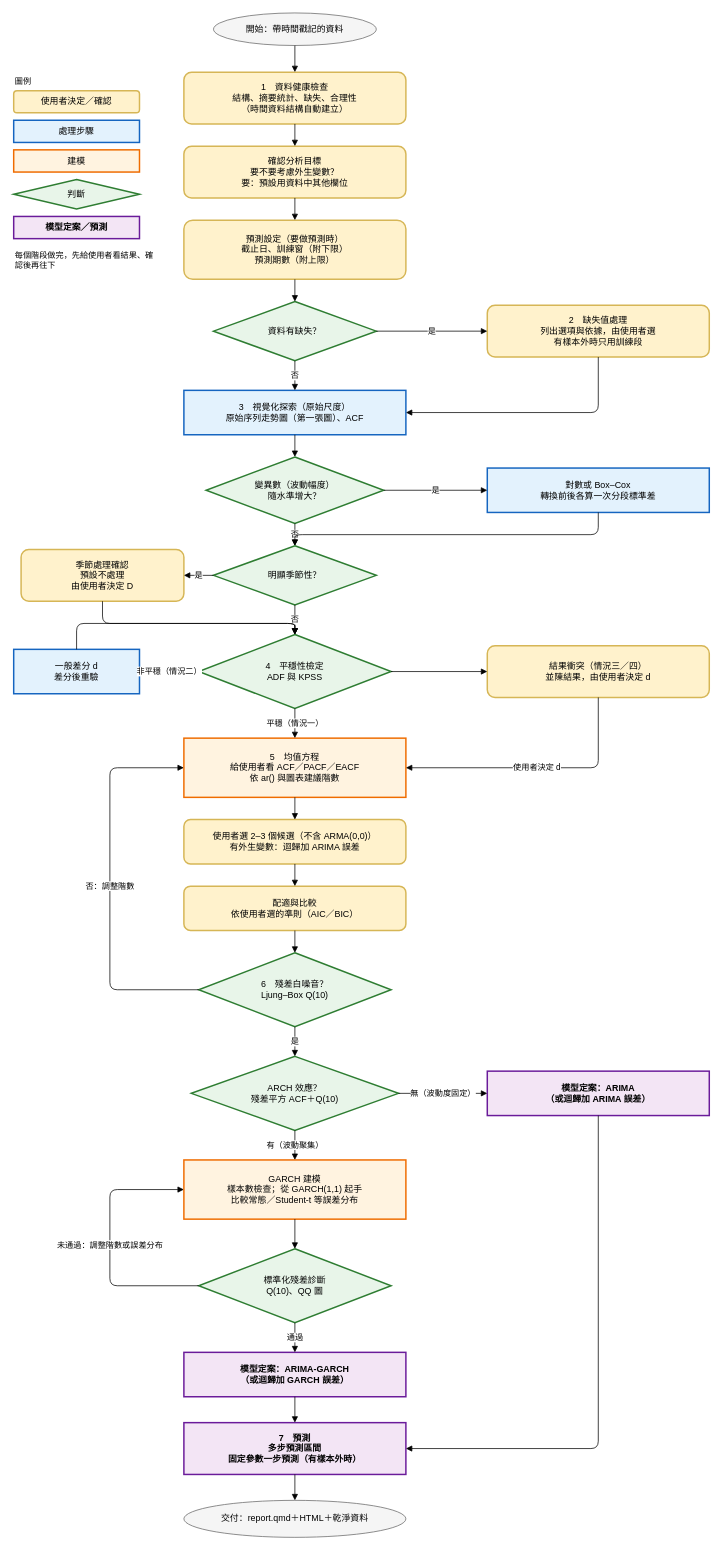
Earlier version of the draw.io diagram references/workflow.drawio (MinaseInori1202/timeseries-analysis). Source tidied: cells renumbered, new cells numbered last; positions are measured from the earlier drawing's top-left corner, leaving out a move shared by most shapes. Both pictures are drawn from the tidied source at 74%, with x=0, y=0 at pixel (13, 13).
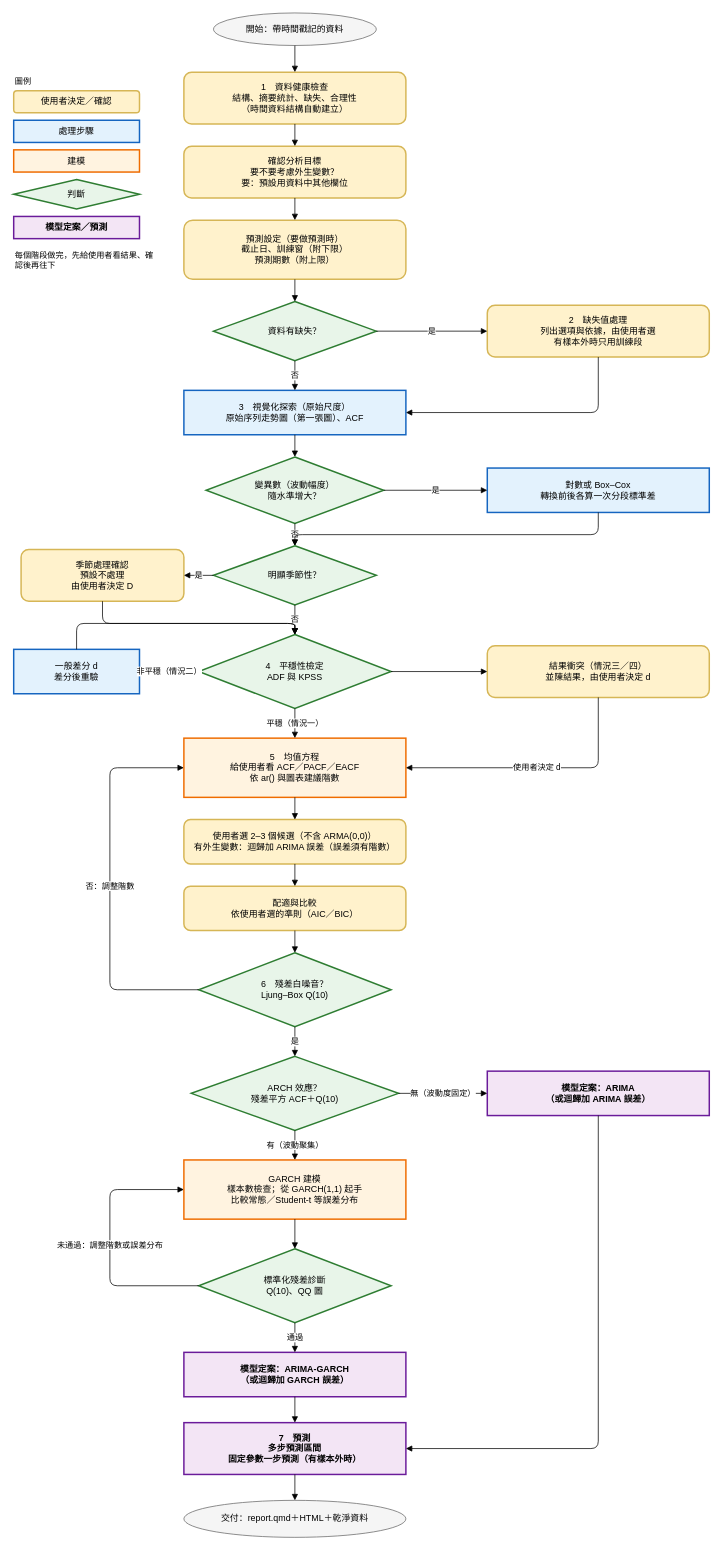
The same diagram, later.

The edit, as a diff of the source:
```diff
@@
-    <mxCell id="17" value="使用者選 2–3 個候選（不含 ARMA(0,0)）&#10;有外生變數：迴歸加 ARIMA 誤差" style="rounded=1;whiteSpace=wrap;html=1;fillColor=#fff2cc;strokeColor=#d6b656;strokeWidth=2;" parent="1" vertex="1">
+    <mxCell id="17" value="使用者選 2–3 個候選（不含 ARMA(0,0)）&#10;有外生變數：迴歸加 ARIMA 誤差（誤差須有階數）" style="rounded=1;whiteSpace=wrap;html=1;fillColor=#fff2cc;strokeColor=#d6b656;strokeWidth=2;" parent="1" vertex="1">
       <mxGeometry x="230" y="1090" width="300" height="60" as="geometry" />
     </mxCell>
```
